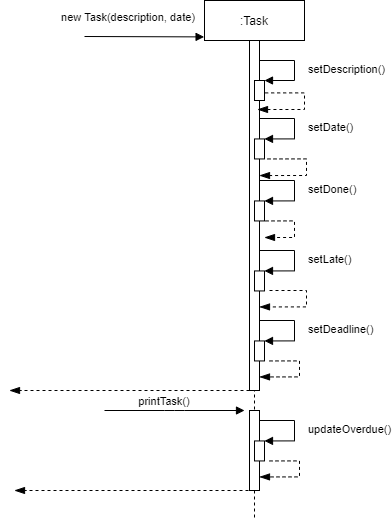
This is docs/media/TaskSequenceDiagram.png from yapjoonsiong/tp, a draw.io export, as it was before one commit. Source tidied: cells renumbered, new cells last; positions are measured from the earlier drawing's top-left corner, leaving out a move shared by most shapes.
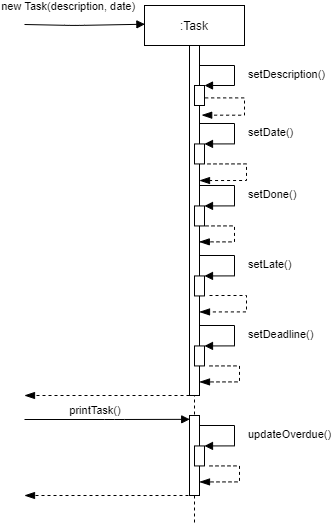
Later version of the same file.

Commit message:
update sequence diagram

The edit, as a diff of the source:
```diff
@@ -8,9 +8,12 @@
     <mxCell id="3" style="points=[];perimeter=orthogonalPerimeter;rounded=0;shadow=0;strokeWidth=1;" parent="2" vertex="1">
       <mxGeometry x="45" y="40" width="10" height="350" as="geometry" />
     </mxCell>
-    <mxCell id="4" value="new Task(description, date)" style="verticalAlign=bottom;startArrow=none;endArrow=block;startSize=8;shadow=0;strokeWidth=1;entryX=-0.004;entryY=0.07;entryDx=0;entryDy=0;entryPerimeter=0;startFill=0;" parent="2" edge="1" target="2">
+    <mxCell id="4" value="new Task(description, date)" style="verticalAlign=bottom;startArrow=none;endArrow=block;startSize=8;shadow=0;strokeWidth=1;entryX=0.004;entryY=0.036;entryDx=0;entryDy=0;entryPerimeter=0;startFill=0;" parent="2" edge="1" target="2">
       <mxGeometry x="-0.27" y="10" relative="1" as="geometry">
-        <mxPoint x="-120" y="36" as="sourcePoint" />
+        <mxPoint x="-120" y="19" as="sourcePoint" />
+        <Array as="points">
+          <mxPoint x="-70" y="20" />
+        </Array>
       </mxGeometry>
     </mxCell>
     <mxCell id="5" style="html=1;points=[];perimeter=orthogonalPerimeter;" parent="2" vertex="1">
@@ -68,12 +71,11 @@
         </Array>
       </mxGeometry>
     </mxCell>
-    <mxCell id="14" style="html=1;verticalAlign=bottom;endArrow=blockThin;dashed=1;endSize=8;rounded=0;edgeStyle=orthogonalEdgeStyle;exitX=1.067;exitY=0.62;exitDx=0;exitDy=0;exitPerimeter=0;endFill=1;" parent="2" edge="1" source="5">
+    <mxCell id="14" style="html=1;verticalAlign=bottom;endArrow=blockThin;dashed=1;endSize=8;rounded=0;edgeStyle=orthogonalEdgeStyle;exitX=1.067;exitY=0.62;exitDx=0;exitDy=0;exitPerimeter=0;endFill=1;entryX=1.22;entryY=0.199;entryDx=0;entryDy=0;entryPerimeter=0;" parent="2" edge="1" source="5" target="3">
       <mxGeometry x="-0.05" y="-30" relative="1" as="geometry">
-        <mxPoint x="53" y="109" as="targetPoint" />
         <Array as="points">
           <mxPoint x="100" y="92" />
-          <mxPoint x="100" y="109" />
+          <mxPoint x="100" y="110" />
         </Array>
         <mxPoint x="30" y="30" as="offset" />
       </mxGeometry>
@@ -89,13 +91,12 @@
         <mxPoint x="30" y="30" as="offset" />
       </mxGeometry>
     </mxCell>
-    <mxCell id="16" style="html=1;verticalAlign=bottom;endArrow=blockThin;dashed=1;endSize=8;rounded=0;edgeStyle=orthogonalEdgeStyle;exitX=1.067;exitY=0.62;exitDx=0;exitDy=0;exitPerimeter=0;endFill=1;" parent="2" edge="1">
+    <mxCell id="16" style="html=1;verticalAlign=bottom;endArrow=blockThin;dashed=1;endSize=8;rounded=0;edgeStyle=orthogonalEdgeStyle;exitX=1.067;exitY=0.62;exitDx=0;exitDy=0;exitPerimeter=0;endFill=1;entryX=0.98;entryY=0.561;entryDx=0;entryDy=0;entryPerimeter=0;" parent="2" edge="1" target="3">
       <mxGeometry x="-0.05" y="-30" relative="1" as="geometry">
         <mxPoint x="61" y="220.4" as="sourcePoint" />
-        <mxPoint x="60" y="237" as="targetPoint" />
         <Array as="points">
           <mxPoint x="90" y="220" />
-          <mxPoint x="90" y="237" />
+          <mxPoint x="90" y="236" />
         </Array>
         <mxPoint x="30" y="30" as="offset" />
       </mxGeometry>
@@ -152,10 +153,10 @@
     <mxCell id="23" style="html=1;verticalAlign=bottom;endArrow=blockThin;dashed=1;endSize=8;rounded=0;edgeStyle=orthogonalEdgeStyle;endFill=1;" parent="2" edge="1">
       <mxGeometry x="-0.05" y="-30" relative="1" as="geometry">
         <mxPoint x="45" y="390" as="sourcePoint" />
-        <mxPoint x="-195" y="390" as="targetPoint" />
+        <mxPoint x="-120" y="390" as="targetPoint" />
         <Array as="points">
-          <mxPoint x="45" y="390" />
-          <mxPoint x="-175" y="390" />
+          <mxPoint x="-120" y="390" />
+          <mxPoint x="-120" y="390" />
         </Array>
         <mxPoint x="30" y="30" as="offset" />
       </mxGeometry>
@@ -170,19 +171,19 @@
         </Array>
       </mxGeometry>
     </mxCell>
-    <mxCell id="25" value="printTask()" style="verticalAlign=bottom;startArrow=none;endArrow=block;startSize=8;shadow=0;strokeWidth=1;startFill=0;" parent="1" edge="1">
+    <mxCell id="25" value="printTask()" style="verticalAlign=bottom;startArrow=none;endArrow=block;startSize=8;shadow=0;strokeWidth=1;startFill=0;entryX=0.02;entryY=0.048;entryDx=0;entryDy=0;entryPerimeter=0;" parent="1" edge="1" target="19">
       <mxGeometry x="-0.14" relative="1" as="geometry">
-        <mxPoint x="95" y="410" as="sourcePoint" />
-        <mxPoint x="235" y="410" as="targetPoint" />
+        <mxPoint x="75" y="414" as="sourcePoint" />
         <Array as="points">
-          <mxPoint x="165" y="410" />
+          <mxPoint x="75" y="414" />
+          <mxPoint x="165" y="414" />
         </Array>
       </mxGeometry>
     </mxCell>
     <mxCell id="26" style="html=1;verticalAlign=bottom;endArrow=blockThin;dashed=1;endSize=8;rounded=0;edgeStyle=orthogonalEdgeStyle;endFill=1;" parent="1" edge="1">
       <mxGeometry x="-0.05" y="-30" relative="1" as="geometry">
         <mxPoint x="245" y="490" as="sourcePoint" />
-        <mxPoint x="5" y="490" as="targetPoint" />
+        <mxPoint x="75" y="490" as="targetPoint" />
         <Array as="points">
           <mxPoint x="245" y="490" />
           <mxPoint x="25" y="490" />
```
